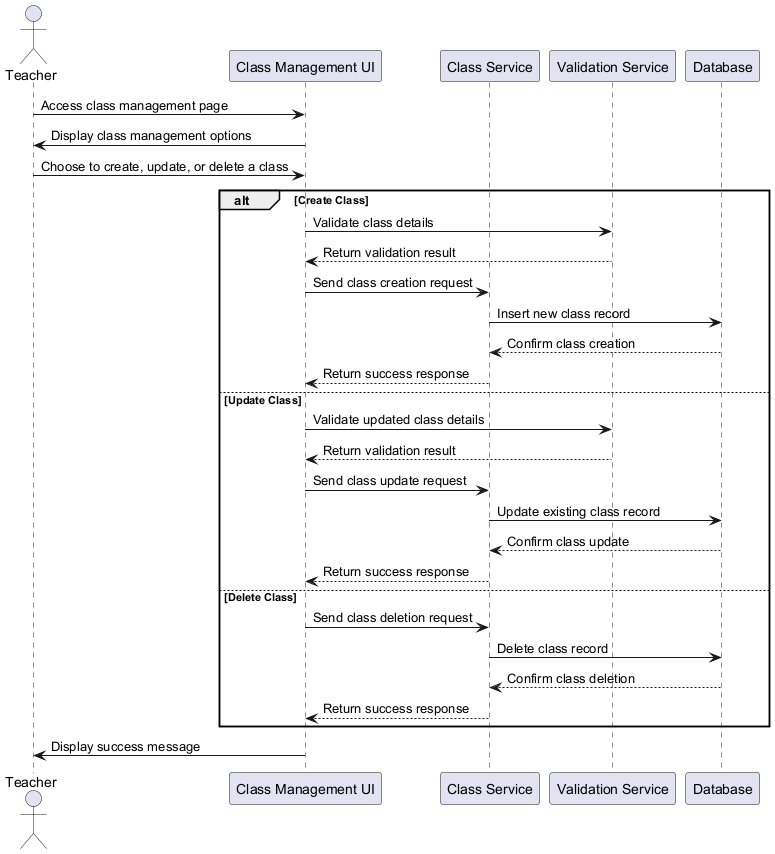
Before: projects/jamc/design/diagrams/class-management-sequence-diagram.png, a diagram exported from PlantUML (alexajuno/notes).
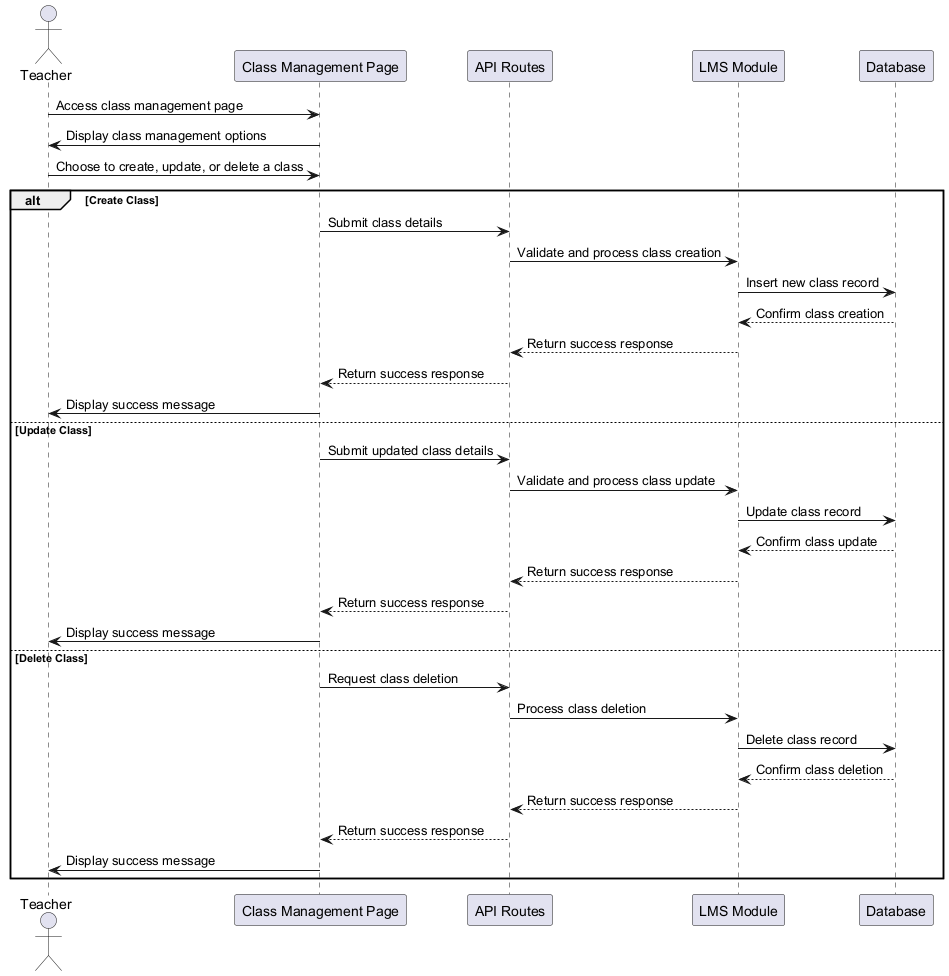
The same diagram one commit later.

Change to the diagram source:
```diff
@@ -1,35 +1,39 @@
 @startuml class-management-sequence-diagram
 
 actor Teacher
-participant "Class Management UI" as ClassUI
-participant "Class Service" as ClassService
-participant "Validation Service" as ValidationService
-participant "Database" as DB
+participant "Class Management Page" as ClassPage
+participant "API Routes" as APIRoutes
+participant "LMS Module" as LMSModule
+participant "Database" as Database
 
-Teacher -> ClassUI: Access class management page
-ClassUI -> Teacher: Display class management options
-Teacher -> ClassUI: Choose to create, update, or delete a class
+Teacher -> ClassPage: Access class management page
+ClassPage -> Teacher: Display class management options
+Teacher -> ClassPage: Choose to create, update, or delete a class
 
 alt Create Class
-    ClassUI -> ValidationService: Validate class details
-    ValidationService --> ClassUI: Return validation result
-    ClassUI -> ClassService: Send class creation request
-    ClassService -> DB: Insert new class record
-    DB --> ClassService: Confirm class creation
-    ClassService --> ClassUI: Return success response
+    ClassPage -> APIRoutes: Submit class details
+    APIRoutes -> LMSModule: Validate and process class creation
+    LMSModule -> Database: Insert new class record
+    Database --> LMSModule: Confirm class creation
+    LMSModule --> APIRoutes: Return success response
+    APIRoutes --> ClassPage: Return success response
+    ClassPage -> Teacher: Display success message
 else Update Class
-    ClassUI -> ValidationService: Validate updated class details
-    ValidationService --> ClassUI: Return validation result
-    ClassUI -> ClassService: Send class update request
-    ClassService -> DB: Update existing class record
-    DB --> ClassService: Confirm class update
-    ClassService --> ClassUI: Return success response
+    ClassPage -> APIRoutes: Submit updated class details
+    APIRoutes -> LMSModule: Validate and process class update
+    LMSModule -> Database: Update class record
+    Database --> LMSModule: Confirm class update
+    LMSModule --> APIRoutes: Return success response
+    APIRoutes --> ClassPage: Return success response
+    ClassPage -> Teacher: Display success message
 else Delete Class
-    ClassUI -> ClassService: Send class deletion request
-    ClassService -> DB: Delete class record
-    DB --> ClassService: Confirm class deletion
-    ClassService --> ClassUI: Return success response
+    ClassPage -> APIRoutes: Request class deletion
+    APIRoutes -> LMSModule: Process class deletion
+    LMSModule -> Database: Delete class record
+    Database --> LMSModule: Confirm class deletion
+    LMSModule --> APIRoutes: Return success response
+    APIRoutes --> ClassPage: Return success response
+    ClassPage -> Teacher: Display success message
 end
 
-ClassUI -> Teacher: Display success message
 @enduml
```
